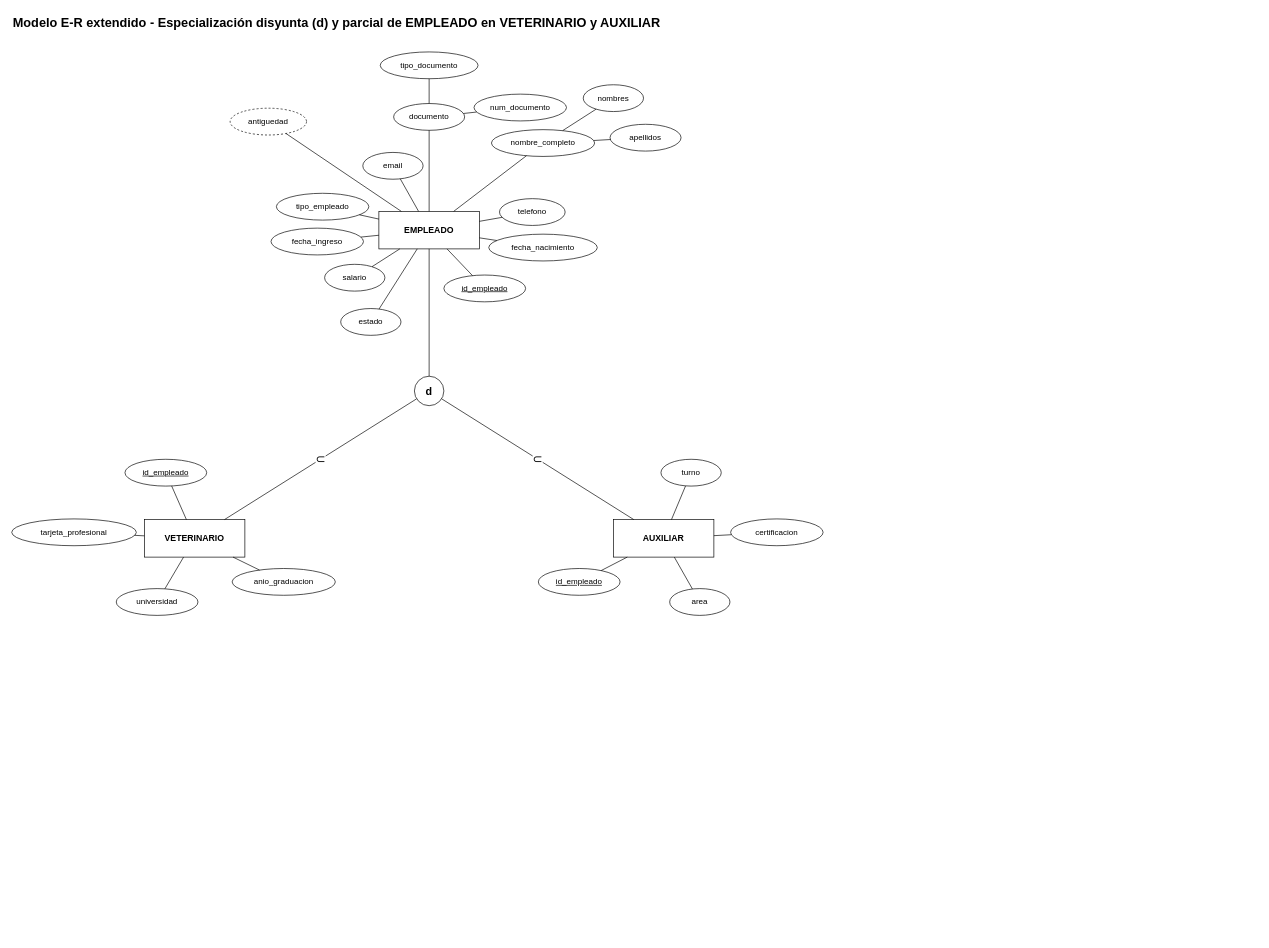
Above: documentos/fase1/diagramas_drawio/10_EER_Especializacion_EMPLEADO.drawio in Estarlan/proyecto-bd1-sigevet (draw.io), before the change. Source tidied: cells renumbered, new cells numbered last; positions are measured from the earlier drawing's top-left corner, leaving out a move shared by most shapes. Both pictures are drawn from the tidied source at 67%, with x=0, y=0 at pixel (11, 11).
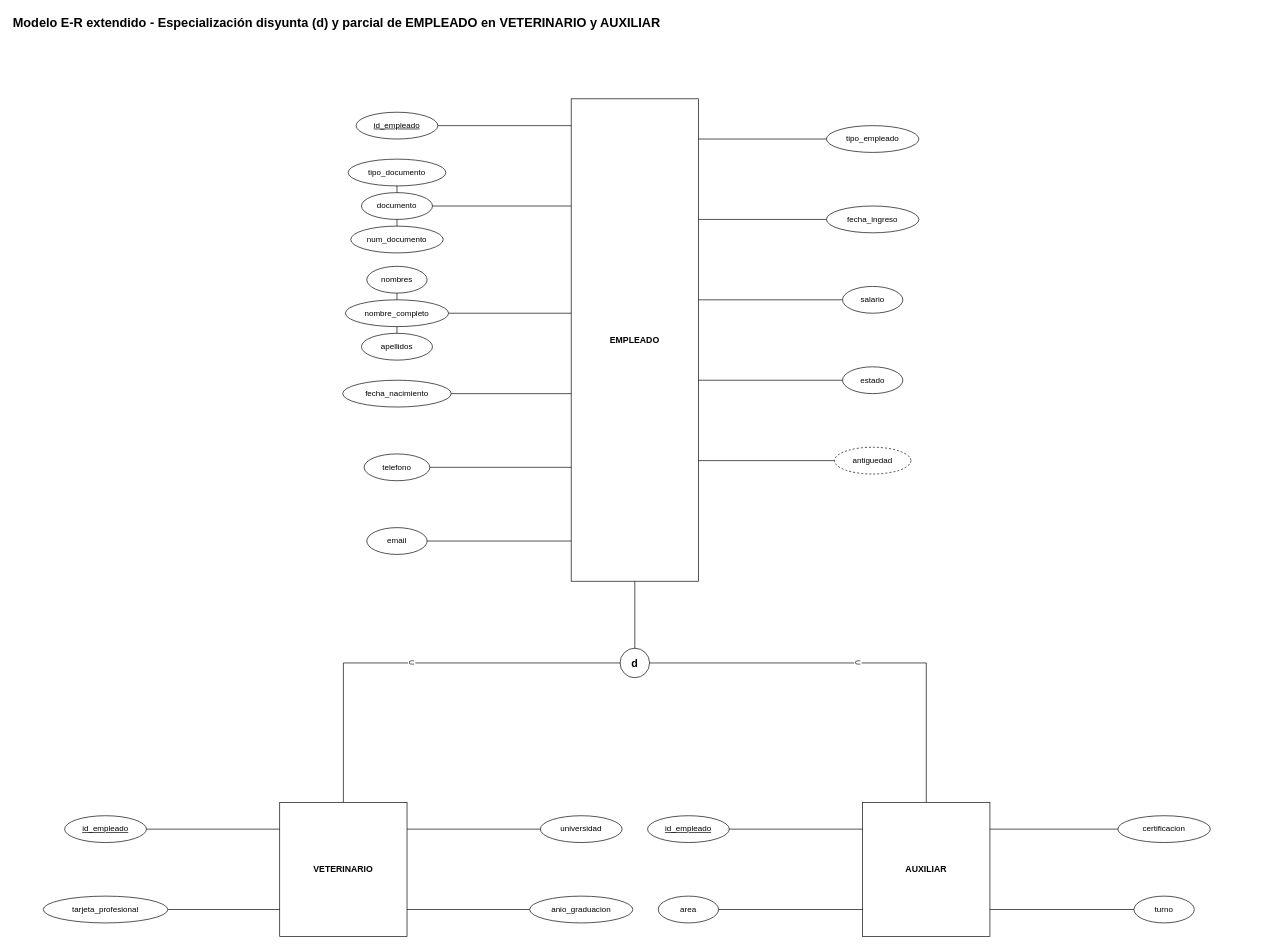
After the change.

Change to the diagram source:
```diff
@@
     <mxCell id="2" value="Modelo E-R extendido - Especialización disyunta (d) y parcial de EMPLEADO en VETERINARIO y AUXILIAR" style="text;html=1;align=left;verticalAlign=middle;fillColor=none;strokeColor=none;fontSize=19;fontStyle=1;" parent="1" vertex="1">
-      <mxGeometry width="1211" height="34" as="geometry" />
+      <mxGeometry width="1860" height="34" as="geometry" />
     </mxCell>
     <mxCell id="3" value="EMPLEADO" style="rounded=0;whiteSpace=wrap;html=1;fillColor=none;fontSize=13;fontStyle=1;" parent="1" vertex="1">
-      <mxGeometry x="548" y="298" width="150" height="56" as="geometry" />
+      <mxGeometry x="835" y="130" width="190" height="720" as="geometry" />
     </mxCell>
-    <mxCell id="4" value="VETERINARIO" style="rounded=0;whiteSpace=wrap;html=1;fillColor=none;fontSize=13;fontStyle=1;" parent="1" vertex="1">
-      <mxGeometry x="198" y="758" width="150" height="56" as="geometry" />
+    <mxCell id="4" value="d" style="ellipse;whiteSpace=wrap;html=1;fillColor=none;fontSize=12;fontStyle=1;fontSize=16;" parent="1" vertex="1">
+      <mxGeometry x="908" y="950" width="44" height="44" as="geometry" />
     </mxCell>
-    <mxCell id="5" value="AUXILIAR" style="rounded=0;whiteSpace=wrap;html=1;fillColor=none;fontSize=13;fontStyle=1;" parent="1" vertex="1">
-      <mxGeometry x="898" y="758" width="150" height="56" as="geometry" />
+    <mxCell id="5" value="VETERINARIO" style="rounded=0;whiteSpace=wrap;html=1;fillColor=none;fontSize=13;fontStyle=1;" parent="1" vertex="1">
+      <mxGeometry x="400" y="1180" width="190" height="200" as="geometry" />
     </mxCell>
-    <mxCell id="6" value="d" style="ellipse;whiteSpace=wrap;html=1;fillColor=none;fontSize=12;fontStyle=1;fontSize=16;" parent="1" vertex="1">
-      <mxGeometry x="601" y="544" width="44" height="44" as="geometry" />
+    <mxCell id="6" value="AUXILIAR" style="rounded=0;whiteSpace=wrap;html=1;fillColor=none;fontSize=13;fontStyle=1;" parent="1" vertex="1">
+      <mxGeometry x="1270" y="1180" width="190" height="200" as="geometry" />
     </mxCell>
-    <mxCell id="7" style="html=1;endArrow=none;fontSize=12;labelBackgroundColor=default;jumpStyle=arc;jumpSize=10;" parent="1" edge="1" source="3" target="6">
+    <mxCell id="7" style="html=1;endArrow=none;fontSize=12;labelBackgroundColor=default;edgeStyle=none;rounded=0;exitX=0.50000000;exitY=1.00000000;exitPerimeter=0;entryX=0.50000000;entryY=0.00000000;entryPerimeter=0;" parent="1" edge="1" source="3" target="4">
       <mxGeometry relative="1" as="geometry" />
     </mxCell>
-    <mxCell id="8" value="⊂" style="html=1;endArrow=none;fontSize=12;labelBackgroundColor=default;fontSize=18;jumpStyle=arc;jumpSize=10;" parent="1" edge="1" source="6" target="4">
-      <mxGeometry relative="1" as="geometry" />
+    <mxCell id="8" value="⊂" style="html=1;endArrow=none;fontSize=12;labelBackgroundColor=default;edgeStyle=none;rounded=0;exitX=0.00000000;exitY=0.50000000;exitPerimeter=0;entryX=0.50000000;entryY=0.00000000;entryPerimeter=0;" parent="1" edge="1" source="4" target="5">
+      <mxGeometry relative="1" as="geometry">
+        <Array as="points">
+          <mxPoint x="495" y="972" />
+        </Array>
+      </mxGeometry>
     </mxCell>
-    <mxCell id="9" value="⊂" style="html=1;endArrow=none;fontSize=12;labelBackgroundColor=default;fontSize=18;jumpStyle=arc;jumpSize=10;" parent="1" edge="1" source="6" target="5">
-      <mxGeometry relative="1" as="geometry" />
+    <mxCell id="9" value="⊂" style="html=1;endArrow=none;fontSize=12;labelBackgroundColor=default;edgeStyle=none;rounded=0;exitX=1.00000000;exitY=0.50000000;exitPerimeter=0;entryX=0.50000000;entryY=0.00000000;entryPerimeter=0;" parent="1" edge="1" source="4" target="6">
+      <mxGeometry relative="1" as="geometry">
+        <Array as="points">
+          <mxPoint x="1365" y="972" />
+        </Array>
+      </mxGeometry>
     </mxCell>
     <mxCell id="10" value="&lt;u&gt;id_empleado&lt;/u&gt;" style="ellipse;whiteSpace=wrap;html=1;fillColor=none;fontSize=12;" parent="1" vertex="1">
-      <mxGeometry x="645" y="393" width="122" height="40" as="geometry" />
+      <mxGeometry x="514" y="150" width="122" height="40" as="geometry" />
     </mxCell>
-    <mxCell id="11" style="html=1;endArrow=none;fontSize=12;labelBackgroundColor=default;jumpStyle=arc;jumpSize=10;" parent="1" edge="1" source="3" target="10">
+    <mxCell id="11" style="html=1;endArrow=none;fontSize=12;labelBackgroundColor=default;edgeStyle=none;rounded=0;exitX=0.00000000;exitY=0.05555556;exitPerimeter=0;entryX=1.00000000;entryY=0.50000000;entryPerimeter=0;" parent="1" edge="1" source="3" target="10">
       <mxGeometry relative="1" as="geometry" />
     </mxCell>
     <mxCell id="12" value="documento" style="ellipse;whiteSpace=wrap;html=1;fillColor=none;fontSize=12;" parent="1" vertex="1">
-      <mxGeometry x="570" y="137" width="106" height="40" as="geometry" />
+      <mxGeometry x="522" y="270" width="106" height="40" as="geometry" />
     </mxCell>
-    <mxCell id="13" style="html=1;endArrow=none;fontSize=12;labelBackgroundColor=default;jumpStyle=arc;jumpSize=10;" parent="1" edge="1" source="3" target="12">
+    <mxCell id="13" style="html=1;endArrow=none;fontSize=12;labelBackgroundColor=default;edgeStyle=none;rounded=0;exitX=0.00000000;exitY=0.22222222;exitPerimeter=0;entryX=1.00000000;entryY=0.50000000;entryPerimeter=0;" parent="1" edge="1" source="3" target="12">
       <mxGeometry relative="1" as="geometry" />
     </mxCell>
     <mxCell id="14" value="tipo_documento" style="ellipse;whiteSpace=wrap;html=1;fillColor=none;fontSize=12;" parent="1" vertex="1">
-      <mxGeometry x="550" y="60" width="146" height="40" as="geometry" />
+      <mxGeometry x="502" y="220" width="146" height="40" as="geometry" />
     </mxCell>
-    <mxCell id="15" style="html=1;endArrow=none;fontSize=12;labelBackgroundColor=default;jumpStyle=arc;jumpSize=10;" parent="1" edge="1" source="12" target="14">
+    <mxCell id="15" style="html=1;endArrow=none;fontSize=12;labelBackgroundColor=default;edgeStyle=none;rounded=0;exitX=0.50000000;exitY=0.00000000;exitPerimeter=0;entryX=0.50000000;entryY=1.00000000;entryPerimeter=0;" parent="1" edge="1" source="12" target="14">
       <mxGeometry relative="1" as="geometry" />
     </mxCell>
     <mxCell id="16" value="num_documento" style="ellipse;whiteSpace=wrap;html=1;fillColor=none;fontSize=12;" parent="1" vertex="1">
-      <mxGeometry x="690" y="123" width="138" height="40" as="geometry" />
+      <mxGeometry x="506" y="320" width="138" height="40" as="geometry" />
     </mxCell>
-    <mxCell id="17" style="html=1;endArrow=none;fontSize=12;labelBackgroundColor=default;jumpStyle=arc;jumpSize=10;" parent="1" edge="1" source="12" target="16">
+    <mxCell id="17" style="html=1;endArrow=none;fontSize=12;labelBackgroundColor=default;edgeStyle=none;rounded=0;exitX=0.50000000;exitY=1.00000000;exitPerimeter=0;entryX=0.50000000;entryY=0.00000000;entryPerimeter=0;" parent="1" edge="1" source="12" target="16">
       <mxGeometry relative="1" as="geometry" />
     </mxCell>
     <mxCell id="18" value="nombre_completo" style="ellipse;whiteSpace=wrap;html=1;fillColor=none;fontSize=12;" parent="1" vertex="1">
-      <mxGeometry x="716" y="176" width="154" height="40" as="geometry" />
+      <mxGeometry x="498" y="430" width="154" height="40" as="geometry" />
     </mxCell>
-    <mxCell id="19" style="html=1;endArrow=none;fontSize=12;labelBackgroundColor=default;jumpStyle=arc;jumpSize=10;" parent="1" edge="1" source="3" target="18">
+    <mxCell id="19" style="html=1;endArrow=none;fontSize=12;labelBackgroundColor=default;edgeStyle=none;rounded=0;exitX=0.00000000;exitY=0.44444444;exitPerimeter=0;entryX=1.00000000;entryY=0.50000000;entryPerimeter=0;" parent="1" edge="1" source="3" target="18">
       <mxGeometry relative="1" as="geometry" />
     </mxCell>
     <mxCell id="20" value="nombres" style="ellipse;whiteSpace=wrap;html=1;fillColor=none;fontSize=12;" parent="1" vertex="1">
-      <mxGeometry x="853" y="109" width="90" height="40" as="geometry" />
+      <mxGeometry x="530" y="380" width="90" height="40" as="geometry" />
     </mxCell>
-    <mxCell id="21" style="html=1;endArrow=none;fontSize=12;labelBackgroundColor=default;jumpStyle=arc;jumpSize=10;" parent="1" edge="1" source="18" target="20">
+    <mxCell id="21" style="html=1;endArrow=none;fontSize=12;labelBackgroundColor=default;edgeStyle=none;rounded=0;exitX=0.50000000;exitY=0.00000000;exitPerimeter=0;entryX=0.50000000;entryY=1.00000000;entryPerimeter=0;" parent="1" edge="1" source="18" target="20">
       <mxGeometry relative="1" as="geometry" />
     </mxCell>
     <mxCell id="22" value="apellidos" style="ellipse;whiteSpace=wrap;html=1;fillColor=none;fontSize=12;" parent="1" vertex="1">
-      <mxGeometry x="893" y="168" width="106" height="40" as="geometry" />
+      <mxGeometry x="522" y="480" width="106" height="40" as="geometry" />
     </mxCell>
-    <mxCell id="23" style="html=1;endArrow=none;fontSize=12;labelBackgroundColor=default;jumpStyle=arc;jumpSize=10;" parent="1" edge="1" source="18" target="22">
+    <mxCell id="23" style="html=1;endArrow=none;fontSize=12;labelBackgroundColor=default;edgeStyle=none;rounded=0;exitX=0.50000000;exitY=1.00000000;exitPerimeter=0;entryX=0.50000000;entryY=0.00000000;entryPerimeter=0;" parent="1" edge="1" source="18" target="22">
       <mxGeometry relative="1" as="geometry" />
     </mxCell>
     <mxCell id="24" value="fecha_nacimiento" style="ellipse;whiteSpace=wrap;html=1;fillColor=none;fontSize=12;" parent="1" vertex="1">
-      <mxGeometry x="712" y="332" width="162" height="40" as="geometry" />
+      <mxGeometry x="494" y="550" width="162" height="40" as="geometry" />
     </mxCell>
-    <mxCell id="25" style="html=1;endArrow=none;fontSize=12;labelBackgroundColor=default;jumpStyle=arc;jumpSize=10;" parent="1" edge="1" source="3" target="24">
+    <mxCell id="25" style="html=1;endArrow=none;fontSize=12;labelBackgroundColor=default;edgeStyle=none;rounded=0;exitX=0.00000000;exitY=0.61111111;exitPerimeter=0;entryX=1.00000000;entryY=0.50000000;entryPerimeter=0;" parent="1" edge="1" source="3" target="24">
       <mxGeometry relative="1" as="geometry" />
     </mxCell>
     <mxCell id="26" value="telefono" style="ellipse;whiteSpace=wrap;html=1;fillColor=none;fontSize=12;" parent="1" vertex="1">
-      <mxGeometry x="728" y="279" width="98" height="40" as="geometry" />
+      <mxGeometry x="526" y="660" width="98" height="40" as="geometry" />
     </mxCell>
-    <mxCell id="27" style="html=1;endArrow=none;fontSize=12;labelBackgroundColor=default;jumpStyle=arc;jumpSize=10;" parent="1" edge="1" source="3" target="26">
+    <mxCell id="27" style="html=1;endArrow=none;fontSize=12;labelBackgroundColor=default;edgeStyle=none;rounded=0;exitX=0.00000000;exitY=0.76388889;exitPerimeter=0;entryX=1.00000000;entryY=0.50000000;entryPerimeter=0;" parent="1" edge="1" source="3" target="26">
       <mxGeometry relative="1" as="geometry" />
     </mxCell>
     <mxCell id="28" value="email" style="ellipse;whiteSpace=wrap;html=1;fillColor=none;fontSize=12;" parent="1" vertex="1">
-      <mxGeometry x="524" y="210" width="90" height="40" as="geometry" />
+      <mxGeometry x="530" y="770" width="90" height="40" as="geometry" />
     </mxCell>
-    <mxCell id="29" style="html=1;endArrow=none;fontSize=12;labelBackgroundColor=default;jumpStyle=arc;jumpSize=10;" parent="1" edge="1" source="3" target="28">
+    <mxCell id="29" style="html=1;endArrow=none;fontSize=12;labelBackgroundColor=default;edgeStyle=none;rounded=0;exitX=0.00000000;exitY=0.91666667;exitPerimeter=0;entryX=1.00000000;entryY=0.50000000;entryPerimeter=0;" parent="1" edge="1" source="3" target="28">
       <mxGeometry relative="1" as="geometry" />
     </mxCell>
     <mxCell id="30" value="tipo_empleado" style="ellipse;whiteSpace=wrap;html=1;fillColor=none;fontSize=12;" parent="1" vertex="1">
-      <mxGeometry x="395" y="271" width="138" height="40" as="geometry" />
+      <mxGeometry x="1216" y="170" width="138" height="40" as="geometry" />
     </mxCell>
-    <mxCell id="31" style="html=1;endArrow=none;fontSize=12;labelBackgroundColor=default;jumpStyle=arc;jumpSize=10;" parent="1" edge="1" source="3" target="30">
+    <mxCell id="31" style="html=1;endArrow=none;fontSize=12;labelBackgroundColor=default;edgeStyle=none;rounded=0;exitX=1.00000000;exitY=0.08333333;exitPerimeter=0;entryX=0.00000000;entryY=0.50000000;entryPerimeter=0;" parent="1" edge="1" source="3" target="30">
       <mxGeometry relative="1" as="geometry" />
     </mxCell>
     <mxCell id="32" value="fecha_ingreso" style="ellipse;whiteSpace=wrap;html=1;fillColor=none;fontSize=12;" parent="1" vertex="1">
-      <mxGeometry x="387" y="323" width="138" height="40" as="geometry" />
+      <mxGeometry x="1216" y="290" width="138" height="40" as="geometry" />
     </mxCell>
-    <mxCell id="33" style="html=1;endArrow=none;fontSize=12;labelBackgroundColor=default;jumpStyle=arc;jumpSize=10;" parent="1" edge="1" source="3" target="32">
+    <mxCell id="33" style="html=1;endArrow=none;fontSize=12;labelBackgroundColor=default;edgeStyle=none;rounded=0;exitX=1.00000000;exitY=0.25000000;exitPerimeter=0;entryX=0.00000000;entryY=0.50000000;entryPerimeter=0;" parent="1" edge="1" source="3" target="32">
       <mxGeometry relative="1" as="geometry" />
     </mxCell>
     <mxCell id="34" value="salario" style="ellipse;whiteSpace=wrap;html=1;fillColor=none;fontSize=12;" parent="1" vertex="1">
-      <mxGeometry x="467" y="377" width="90" height="40" as="geometry" />
+      <mxGeometry x="1240" y="410" width="90" height="40" as="geometry" />
     </mxCell>
-    <mxCell id="35" style="html=1;endArrow=none;fontSize=12;labelBackgroundColor=default;jumpStyle=arc;jumpSize=10;" parent="1" edge="1" source="3" target="34">
+    <mxCell id="35" style="html=1;endArrow=none;fontSize=12;labelBackgroundColor=default;edgeStyle=none;rounded=0;exitX=1.00000000;exitY=0.41666667;exitPerimeter=0;entryX=0.00000000;entryY=0.50000000;entryPerimeter=0;" parent="1" edge="1" source="3" target="34">
       <mxGeometry relative="1" as="geometry" />
     </mxCell>
     <mxCell id="36" value="estado" style="ellipse;whiteSpace=wrap;html=1;fillColor=none;fontSize=12;" parent="1" vertex="1">
-      <mxGeometry x="491" y="443" width="90" height="40" as="geometry" />
+      <mxGeometry x="1240" y="530" width="90" height="40" as="geometry" />
     </mxCell>
-    <mxCell id="37" style="html=1;endArrow=none;fontSize=12;labelBackgroundColor=default;jumpStyle=arc;jumpSize=10;" parent="1" edge="1" source="3" target="36">
+    <mxCell id="37" style="html=1;endArrow=none;fontSize=12;labelBackgroundColor=default;edgeStyle=none;rounded=0;exitX=1.00000000;exitY=0.58333333;exitPerimeter=0;entryX=0.00000000;entryY=0.50000000;entryPerimeter=0;" parent="1" edge="1" source="3" target="36">
       <mxGeometry relative="1" as="geometry" />
     </mxCell>
     <mxCell id="38" value="antiguedad" style="ellipse;dashed=1;whiteSpace=wrap;html=1;fillColor=none;fontSize=12;" parent="1" vertex="1">
-      <mxGeometry x="326" y="144" width="114" height="40" as="geometry" />
+      <mxGeometry x="1228" y="650" width="114" height="40" as="geometry" />
     </mxCell>
-    <mxCell id="39" style="html=1;endArrow=none;fontSize=12;labelBackgroundColor=default;jumpStyle=arc;jumpSize=10;" parent="1" edge="1" source="3" target="38">
+    <mxCell id="39" style="html=1;endArrow=none;fontSize=12;labelBackgroundColor=default;edgeStyle=none;rounded=0;exitX=1.00000000;exitY=0.75000000;exitPerimeter=0;entryX=0.00000000;entryY=0.50000000;entryPerimeter=0;" parent="1" edge="1" source="3" target="38">
       <mxGeometry relative="1" as="geometry" />
     </mxCell>
     <mxCell id="40" value="&lt;u&gt;id_empleado&lt;/u&gt;" style="ellipse;whiteSpace=wrap;html=1;fillColor=none;fontSize=12;" parent="1" vertex="1">
-      <mxGeometry x="169" y="668" width="122" height="40" as="geometry" />
+      <mxGeometry x="79" y="1200" width="122" height="40" as="geometry" />
     </mxCell>
-    <mxCell id="41" style="html=1;endArrow=none;fontSize=12;labelBackgroundColor=default;jumpStyle=arc;jumpSize=10;" parent="1" edge="1" source="4" target="40">
+    <mxCell id="41" style="html=1;endArrow=none;fontSize=12;labelBackgroundColor=default;edgeStyle=none;rounded=0;exitX=0.00000000;exitY=0.20000000;exitPerimeter=0;entryX=1.00000000;entryY=0.50000000;entryPerimeter=0;" parent="1" edge="1" source="5" target="40">
       <mxGeometry relative="1" as="geometry" />
     </mxCell>
     <mxCell id="42" value="tarjeta_profesional" style="ellipse;whiteSpace=wrap;html=1;fillColor=none;fontSize=12;" parent="1" vertex="1">
-      <mxGeometry y="757" width="186" height="40" as="geometry" />
+      <mxGeometry x="47" y="1320" width="186" height="40" as="geometry" />
     </mxCell>
-    <mxCell id="43" style="html=1;endArrow=none;fontSize=12;labelBackgroundColor=default;jumpStyle=arc;jumpSize=10;" parent="1" edge="1" source="4" target="42">
+    <mxCell id="43" style="html=1;endArrow=none;fontSize=12;labelBackgroundColor=default;edgeStyle=none;rounded=0;exitX=0.00000000;exitY=0.80000000;exitPerimeter=0;entryX=1.00000000;entryY=0.50000000;entryPerimeter=0;" parent="1" edge="1" source="5" target="42">
       <mxGeometry relative="1" as="geometry" />
     </mxCell>
     <mxCell id="44" value="universidad" style="ellipse;whiteSpace=wrap;html=1;fillColor=none;fontSize=12;" parent="1" vertex="1">
-      <mxGeometry x="156" y="861" width="122" height="40" as="geometry" />
+      <mxGeometry x="789" y="1200" width="122" height="40" as="geometry" />
     </mxCell>
-    <mxCell id="45" style="html=1;endArrow=none;fontSize=12;labelBackgroundColor=default;jumpStyle=arc;jumpSize=10;" parent="1" edge="1" source="4" target="44">
+    <mxCell id="45" style="html=1;endArrow=none;fontSize=12;labelBackgroundColor=default;edgeStyle=none;rounded=0;exitX=1.00000000;exitY=0.20000000;exitPerimeter=0;entryX=0.00000000;entryY=0.50000000;entryPerimeter=0;" parent="1" edge="1" source="5" target="44">
       <mxGeometry relative="1" as="geometry" />
     </mxCell>
     <mxCell id="46" value="anio_graduacion" style="ellipse;whiteSpace=wrap;html=1;fillColor=none;fontSize=12;" parent="1" vertex="1">
-      <mxGeometry x="329" y="831" width="154" height="40" as="geometry" />
+      <mxGeometry x="773" y="1320" width="154" height="40" as="geometry" />
     </mxCell>
-    <mxCell id="47" style="html=1;endArrow=none;fontSize=12;labelBackgroundColor=default;jumpStyle=arc;jumpSize=10;" parent="1" edge="1" source="4" target="46">
+    <mxCell id="47" style="html=1;endArrow=none;fontSize=12;labelBackgroundColor=default;edgeStyle=none;rounded=0;exitX=1.00000000;exitY=0.80000000;exitPerimeter=0;entryX=0.00000000;entryY=0.50000000;entryPerimeter=0;" parent="1" edge="1" source="5" target="46">
       <mxGeometry relative="1" as="geometry" />
     </mxCell>
     <mxCell id="48" value="&lt;u&gt;id_empleado&lt;/u&gt;" style="ellipse;whiteSpace=wrap;html=1;fillColor=none;fontSize=12;" parent="1" vertex="1">
-      <mxGeometry x="786" y="831" width="122" height="40" as="geometry" />
+      <mxGeometry x="949" y="1200" width="122" height="40" as="geometry" />
     </mxCell>
-    <mxCell id="49" style="html=1;endArrow=none;fontSize=12;labelBackgroundColor=default;jumpStyle=arc;jumpSize=10;" parent="1" edge="1" source="5" target="48">
+    <mxCell id="49" style="html=1;endArrow=none;fontSize=12;labelBackgroundColor=default;edgeStyle=none;rounded=0;exitX=0.00000000;exitY=0.20000000;exitPerimeter=0;entryX=1.00000000;entryY=0.50000000;entryPerimeter=0;" parent="1" edge="1" source="6" target="48">
       <mxGeometry relative="1" as="geometry" />
     </mxCell>
     <mxCell id="50" value="area" style="ellipse;whiteSpace=wrap;html=1;fillColor=none;fontSize=12;" parent="1" vertex="1">
-      <mxGeometry x="982" y="861" width="90" height="40" as="geometry" />
+      <mxGeometry x="965" y="1320" width="90" height="40" as="geometry" />
     </mxCell>
-    <mxCell id="51" style="html=1;endArrow=none;fontSize=12;labelBackgroundColor=default;jumpStyle=arc;jumpSize=10;" parent="1" edge="1" source="5" target="50">
+    <mxCell id="51" style="html=1;endArrow=none;fontSize=12;labelBackgroundColor=default;edgeStyle=none;rounded=0;exitX=0.00000000;exitY=0.80000000;exitPerimeter=0;entryX=1.00000000;entryY=0.50000000;entryPerimeter=0;" parent="1" edge="1" source="6" target="50">
       <mxGeometry relative="1" as="geometry" />
     </mxCell>
     <mxCell id="52" value="certificacion" style="ellipse;whiteSpace=wrap;html=1;fillColor=none;fontSize=12;" parent="1" vertex="1">
-      <mxGeometry x="1073" y="757" width="138" height="40" as="geometry" />
+      <mxGeometry x="1651" y="1200" width="138" height="40" as="geometry" />
     </mxCell>
-    <mxCell id="53" style="html=1;endArrow=none;fontSize=12;labelBackgroundColor=default;jumpStyle=arc;jumpSize=10;" parent="1" edge="1" source="5" target="52">
+    <mxCell id="53" style="html=1;endArrow=none;fontSize=12;labelBackgroundColor=default;edgeStyle=none;rounded=0;exitX=1.00000000;exitY=0.20000000;exitPerimeter=0;entryX=0.00000000;entryY=0.50000000;entryPerimeter=0;" parent="1" edge="1" source="6" target="52">
       <mxGeometry relative="1" as="geometry" />
     </mxCell>
     <mxCell id="54" value="turno" style="ellipse;whiteSpace=wrap;html=1;fillColor=none;fontSize=12;" parent="1" vertex="1">
-      <mxGeometry x="969" y="668" width="90" height="40" as="geometry" />
+      <mxGeometry x="1675" y="1320" width="90" height="40" as="geometry" />
     </mxCell>
-    <mxCell id="55" style="html=1;endArrow=none;fontSize=12;labelBackgroundColor=default;jumpStyle=arc;jumpSize=10;" parent="1" edge="1" source="5" target="54">
+    <mxCell id="55" style="html=1;endArrow=none;fontSize=12;labelBackgroundColor=default;edgeStyle=none;rounded=0;exitX=1.00000000;exitY=0.80000000;exitPerimeter=0;entryX=0.00000000;entryY=0.50000000;entryPerimeter=0;" parent="1" edge="1" source="6" target="54">
       <mxGeometry relative="1" as="geometry" />
     </mxCell>
```
